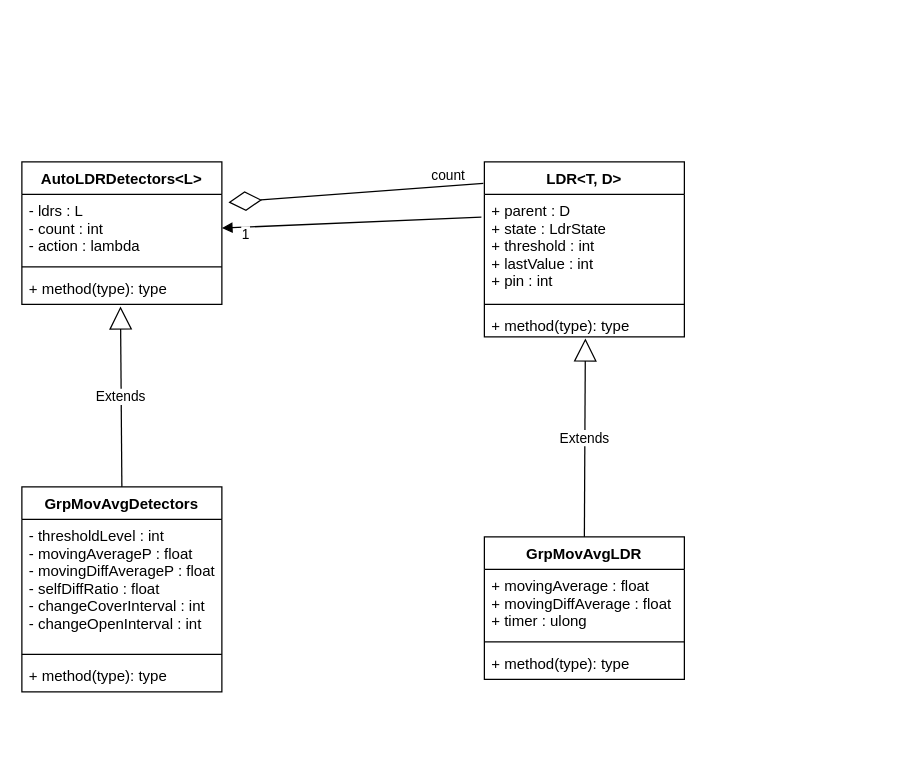
SvenRosvall/AutoLdrSpotDetector keeps this draw.io diagram as docs/AutoLDR.drawio. Above is the earlier version. Source tidied: cells renumbered, new cells numbered last; positions are measured from the earlier drawing's top-left corner, leaving out a move shared by most shapes. Both pictures are drawn from the tidied source at 125%, with x=0, y=0 at pixel (21, 161).
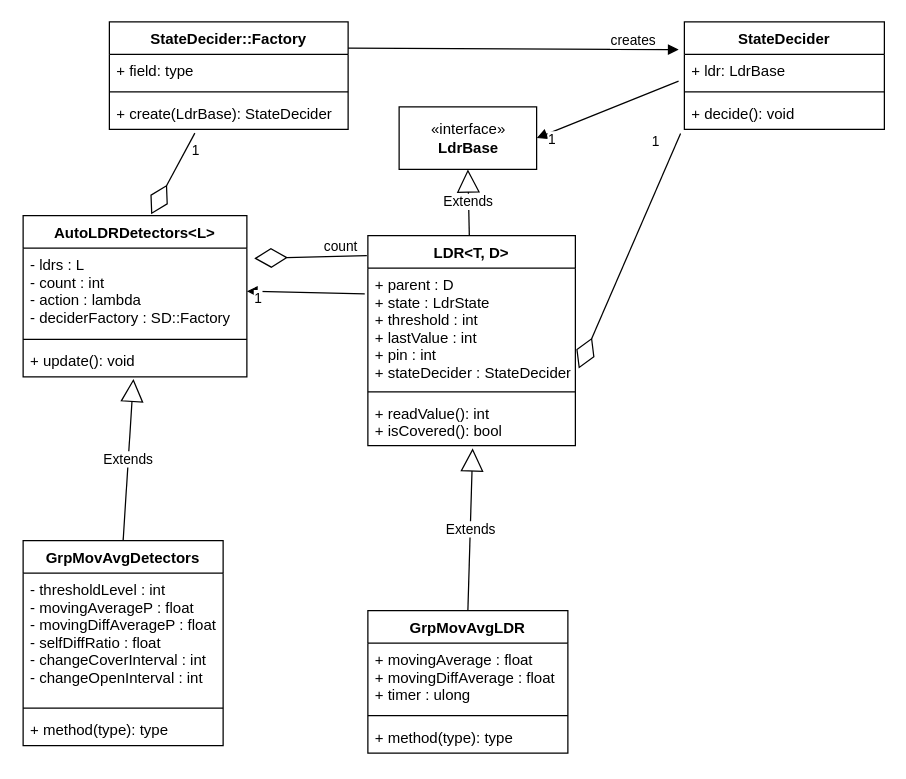
The same diagram, later.

Commit message (it also covers changes not shown here):
Update documentation to include state decider objects.

Change to the diagram source:
```diff
@@
     <mxCell id="2" value="LDR&lt;T, D&gt;" style="swimlane;fontStyle=1;align=center;verticalAlign=top;horizontal=1;startSize=26;" parent="1" vertex="1">
-      <mxGeometry x="370" width="160" height="140" as="geometry" />
+      <mxGeometry x="276.8" y="59" width="166" height="168" as="geometry" />
     </mxCell>
-    <mxCell id="3" value="+ parent : D&#10;+ state : LdrState&#10;+ threshold : int&#10;+ lastValue : int&#10;+ pin : int" style="text;strokeColor=none;fillColor=none;align=left;verticalAlign=top;spacingLeft=4;spacingRight=4;overflow=hidden;points=[[0,0.5],[1,0.5]];portConstraint=eastwest;" parent="2" vertex="1">
-      <mxGeometry y="26" width="160" height="84" as="geometry" />
+    <mxCell id="3" value="+ parent : D&#10;+ state : LdrState&#10;+ threshold : int&#10;+ lastValue : int&#10;+ pin : int&#10;+ stateDecider : StateDecider" style="text;strokeColor=none;fillColor=none;align=left;verticalAlign=top;spacingLeft=4;spacingRight=4;overflow=hidden;points=[[0,0.5],[1,0.5]];portConstraint=eastwest;" parent="2" vertex="1">
+      <mxGeometry y="26" width="166" height="95" as="geometry" />
     </mxCell>
     <mxCell id="4" style="line;strokeWidth=1;fillColor=none;align=left;verticalAlign=middle;spacingTop=-1;spacingLeft=3;spacingRight=3;labelPosition=right;strokeColor=inherit;" parent="2" vertex="1">
-      <mxGeometry y="110" width="160" height="8" as="geometry" />
+      <mxGeometry y="121" width="166" height="8" as="geometry" />
     </mxCell>
-    <mxCell id="5" value="+ method(type): type" style="text;strokeColor=none;fillColor=none;align=left;verticalAlign=top;spacingLeft=4;spacingRight=4;overflow=hidden;points=[[0,0.5],[1,0.5]];portConstraint=eastwest;" parent="2" vertex="1">
-      <mxGeometry y="118" width="160" height="22" as="geometry" />
+    <mxCell id="5" value="+ readValue(): int&#10;+ isCovered(): bool" style="text;strokeColor=none;fillColor=none;align=left;verticalAlign=top;spacingLeft=4;spacingRight=4;overflow=hidden;points=[[0,0.5],[1,0.5]];portConstraint=eastwest;" parent="2" vertex="1">
+      <mxGeometry y="129" width="166" height="39" as="geometry" />
     </mxCell>
     <mxCell id="6" value="AutoLDRDetectors&lt;L&gt;" style="swimlane;fontStyle=1;align=center;verticalAlign=top;horizontal=1;startSize=26;" parent="1" vertex="1">
-      <mxGeometry width="160" height="114" as="geometry" />
+      <mxGeometry x="1" y="43" width="179" height="129" as="geometry" />
     </mxCell>
-    <mxCell id="7" value="- ldrs : L&#10;- count : int&#10;- action : lambda" style="text;strokeColor=none;fillColor=none;align=left;verticalAlign=top;spacingLeft=4;spacingRight=4;overflow=hidden;points=[[0,0.5],[1,0.5]];portConstraint=eastwest;" parent="6" vertex="1">
-      <mxGeometry y="26" width="160" height="54" as="geometry" />
+    <mxCell id="7" value="- ldrs : L&#10;- count : int&#10;- action : lambda&#10;- deciderFactory : SD::Factory" style="text;strokeColor=none;fillColor=none;align=left;verticalAlign=top;spacingLeft=4;spacingRight=4;overflow=hidden;points=[[0,0.5],[1,0.5]];portConstraint=eastwest;" parent="6" vertex="1">
+      <mxGeometry y="26" width="179" height="69" as="geometry" />
     </mxCell>
     <mxCell id="8" style="line;strokeWidth=1;fillColor=none;align=left;verticalAlign=middle;spacingTop=-1;spacingLeft=3;spacingRight=3;labelPosition=right;strokeColor=inherit;" parent="6" vertex="1">
-      <mxGeometry y="80" width="160" height="8" as="geometry" />
+      <mxGeometry y="95" width="179" height="8" as="geometry" />
     </mxCell>
-    <mxCell id="9" value="+ method(type): type" style="text;strokeColor=none;fillColor=none;align=left;verticalAlign=top;spacingLeft=4;spacingRight=4;overflow=hidden;points=[[0,0.5],[1,0.5]];portConstraint=eastwest;" parent="6" vertex="1">
-      <mxGeometry y="88" width="160" height="26" as="geometry" />
+    <mxCell id="9" value="+ update(): void" style="text;strokeColor=none;fillColor=none;align=left;verticalAlign=top;spacingLeft=4;spacingRight=4;overflow=hidden;points=[[0,0.5],[1,0.5]];portConstraint=eastwest;" parent="6" vertex="1">
+      <mxGeometry y="103" width="179" height="26" as="geometry" />
     </mxCell>
@@
     <mxCell id="12" value="GrpMovAvgLDR" style="swimlane;fontStyle=1;align=center;verticalAlign=top;horizontal=1;startSize=26;" parent="1" vertex="1">
-      <mxGeometry x="370" y="300" width="160" height="114" as="geometry" />
+      <mxGeometry x="276.8" y="359" width="160" height="114" as="geometry" />
     </mxCell>
@@
     <mxCell id="17" value="GrpMovAvgDetectors" style="swimlane;fontStyle=1;align=center;verticalAlign=top;horizontal=1;startSize=26;" parent="1" vertex="1">
-      <mxGeometry y="260" width="160" height="164" as="geometry" />
+      <mxGeometry x="1" y="303" width="160" height="164" as="geometry" />
     </mxCell>
@@
+    <mxCell id="24" value="«interface»&lt;br&gt;&lt;b&gt;LdrBase&lt;/b&gt;" style="html=1;" parent="1" vertex="1">
+      <mxGeometry x="301.8" y="-44" width="110" height="50" as="geometry" />
+    </mxCell>
+    <mxCell id="25" value="Extends" style="endArrow=block;endSize=16;endFill=0;html=1;rounded=0;entryX=0.5;entryY=1;entryDx=0;entryDy=0;" parent="1" edge="1" source="2" target="24">
+      <mxGeometry relative="1" as="geometry" />
+    </mxCell>
+    <mxCell id="26" value="StateDecider" style="swimlane;fontStyle=1;align=center;verticalAlign=top;horizontal=1;startSize=26;" parent="1" vertex="1">
+      <mxGeometry x="530" y="-112" width="160" height="86" as="geometry" />
+    </mxCell>
+    <mxCell id="27" value="+ ldr: LdrBase" style="text;strokeColor=none;fillColor=none;align=left;verticalAlign=top;spacingLeft=4;spacingRight=4;overflow=hidden;points=[[0,0.5],[1,0.5]];portConstraint=eastwest;" parent="26" vertex="1">
+      <mxGeometry y="26" width="160" height="26" as="geometry" />
+    </mxCell>
+    <mxCell id="28" style="line;strokeWidth=1;fillColor=none;align=left;verticalAlign=middle;spacingTop=-1;spacingLeft=3;spacingRight=3;labelPosition=right;strokeColor=inherit;" parent="26" vertex="1">
+      <mxGeometry y="52" width="160" height="8" as="geometry" />
+    </mxCell>
+    <mxCell id="29" value="+ decide(): void" style="text;strokeColor=none;fillColor=none;align=left;verticalAlign=top;spacingLeft=4;spacingRight=4;overflow=hidden;points=[[0,0.5],[1,0.5]];portConstraint=eastwest;" parent="26" vertex="1">
+      <mxGeometry y="60" width="160" height="26" as="geometry" />
+    </mxCell>
+    <mxCell id="30" style="endArrow=block;endFill=1;html=1;align=left;verticalAlign=top;rounded=0;entryX=1;entryY=0.5;entryDx=0;entryDy=0;exitX=-0.029;exitY=0.821;exitDx=0;exitDy=0;exitPerimeter=0;" parent="1" edge="1" source="27" target="24">
+      <mxGeometry x="-1" relative="1" as="geometry" />
+    </mxCell>
+    <mxCell id="31" value="1" style="edgeLabel;html=1;align=center;verticalAlign=middle;" parent="30" vertex="1">
+      <mxGeometry x="0.82" y="3" relative="1" as="geometry">
+        <mxPoint y="2" as="offset" />
+      </mxGeometry>
+    </mxCell>
+    <mxCell id="32" style="endArrow=diamondThin;endFill=0;endSize=24;html=1;rounded=0;entryX=1.016;entryY=0.846;entryDx=0;entryDy=0;entryPerimeter=0;exitX=-0.019;exitY=1.128;exitDx=0;exitDy=0;exitPerimeter=0;" parent="1" edge="1" source="29" target="3">
+      <mxGeometry relative="1" as="geometry" />
+    </mxCell>
+    <mxCell id="33" value="1" style="edgeLabel;html=1;align=center;verticalAlign=middle;" parent="32" vertex="1">
+      <mxGeometry x="-0.85" relative="1" as="geometry">
+        <mxPoint x="-14" y="-8" as="offset" />
+      </mxGeometry>
+    </mxCell>
+    <mxCell id="34" value="StateDecider::Factory" style="swimlane;fontStyle=1;align=center;verticalAlign=top;horizontal=1;startSize=26;" parent="1" vertex="1">
+      <mxGeometry x="70" y="-112" width="191" height="86" as="geometry" />
+    </mxCell>
+    <mxCell id="35" value="+ field: type" style="text;strokeColor=none;fillColor=none;align=left;verticalAlign=top;spacingLeft=4;spacingRight=4;overflow=hidden;" parent="34" vertex="1">
+      <mxGeometry y="26" width="191" height="26" as="geometry" />
+    </mxCell>
+    <mxCell id="36" style="line;strokeWidth=1;fillColor=none;align=left;verticalAlign=middle;spacingTop=-1;spacingLeft=3;spacingRight=3;labelPosition=right;strokeColor=inherit;" parent="34" vertex="1">
+      <mxGeometry y="52" width="191" height="8" as="geometry" />
+    </mxCell>
+    <mxCell id="37" value="+ create(LdrBase): StateDecider" style="text;strokeColor=none;fillColor=none;align=left;verticalAlign=top;spacingLeft=4;spacingRight=4;overflow=hidden;points=[[0,0.5],[1,0.5]];portConstraint=eastwest;" parent="34" vertex="1">
+      <mxGeometry y="60" width="191" height="26" as="geometry" />
+    </mxCell>
+    <mxCell id="38" style="endArrow=diamondThin;endFill=0;endSize=24;html=1;rounded=0;entryX=0.572;entryY=-0.008;entryDx=0;entryDy=0;entryPerimeter=0;exitX=0.358;exitY=1.115;exitDx=0;exitDy=0;exitPerimeter=0;" parent="1" edge="1" source="37" target="6">
+      <mxGeometry relative="1" as="geometry" />
+    </mxCell>
+    <mxCell id="39" value="1" style="edgeLabel;html=1;align=center;verticalAlign=middle;" parent="38" vertex="1">
+      <mxGeometry x="-0.85" relative="1" as="geometry">
+        <mxPoint x="3" y="8" as="offset" />
+      </mxGeometry>
+    </mxCell>
+    <mxCell id="40" style="endArrow=block;endFill=1;html=1;align=left;verticalAlign=top;rounded=0;entryX=-0.029;entryY=-0.128;entryDx=0;entryDy=0;exitX=1;exitY=0.25;exitDx=0;exitDy=0;entryPerimeter=0;" parent="1" edge="1">
+      <mxGeometry x="-1" relative="1" as="geometry">
+        <mxPoint x="261" y="-91" as="sourcePoint" />
+        <mxPoint x="525.4" y="-89.8" as="targetPoint" />
+      </mxGeometry>
+    </mxCell>
+    <mxCell id="41" value="creates" style="edgeLabel;html=1;align=center;verticalAlign=middle;" parent="40" vertex="1">
+      <mxGeometry x="0.82" y="3" relative="1" as="geometry">
+        <mxPoint x="-14" y="-5" as="offset" />
+      </mxGeometry>
+    </mxCell>
```
